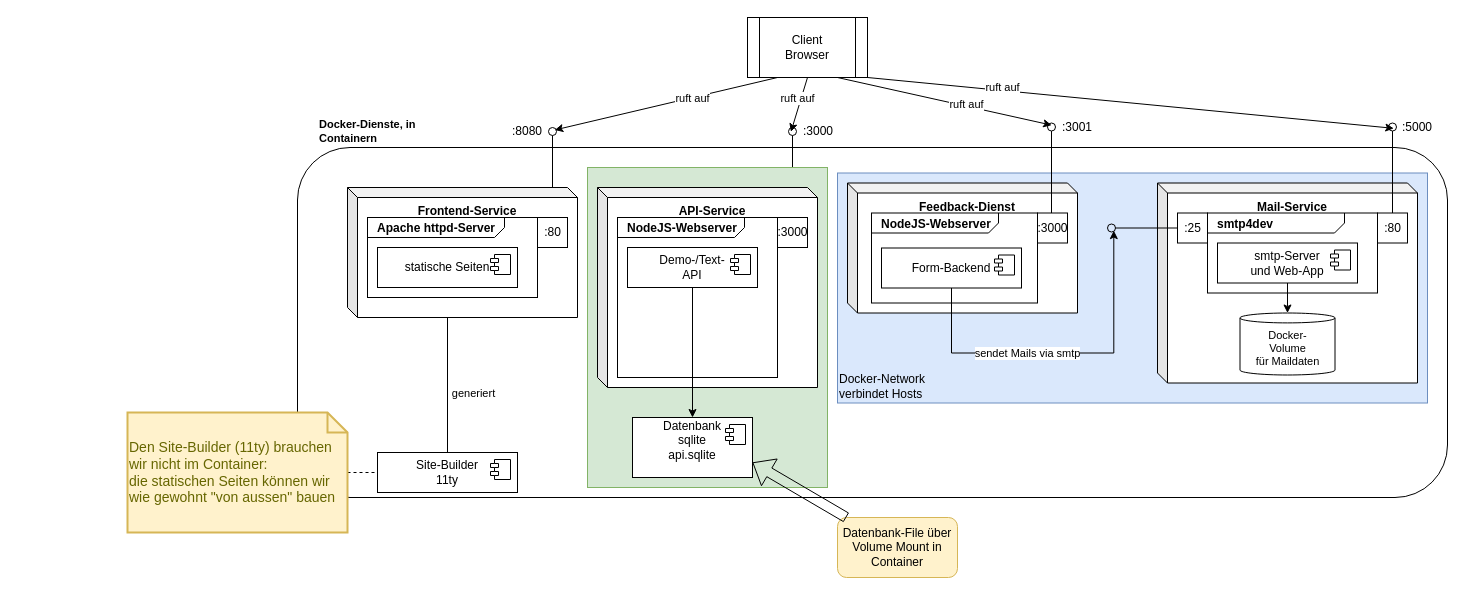
bylexus/m347-dienste-mit-containern-unterricht keeps this draw.io diagram as 007_db_backend/frontend_service_sqlite.drawio. Above is the earlier version. Source tidied: cells renumbered, new cells numbered last; positions are measured from the earlier drawing's top-left corner, leaving out a move shared by most shapes. Both pictures are drawn from the tidied source at 100%, with x=0, y=0 at pixel (127, 17).
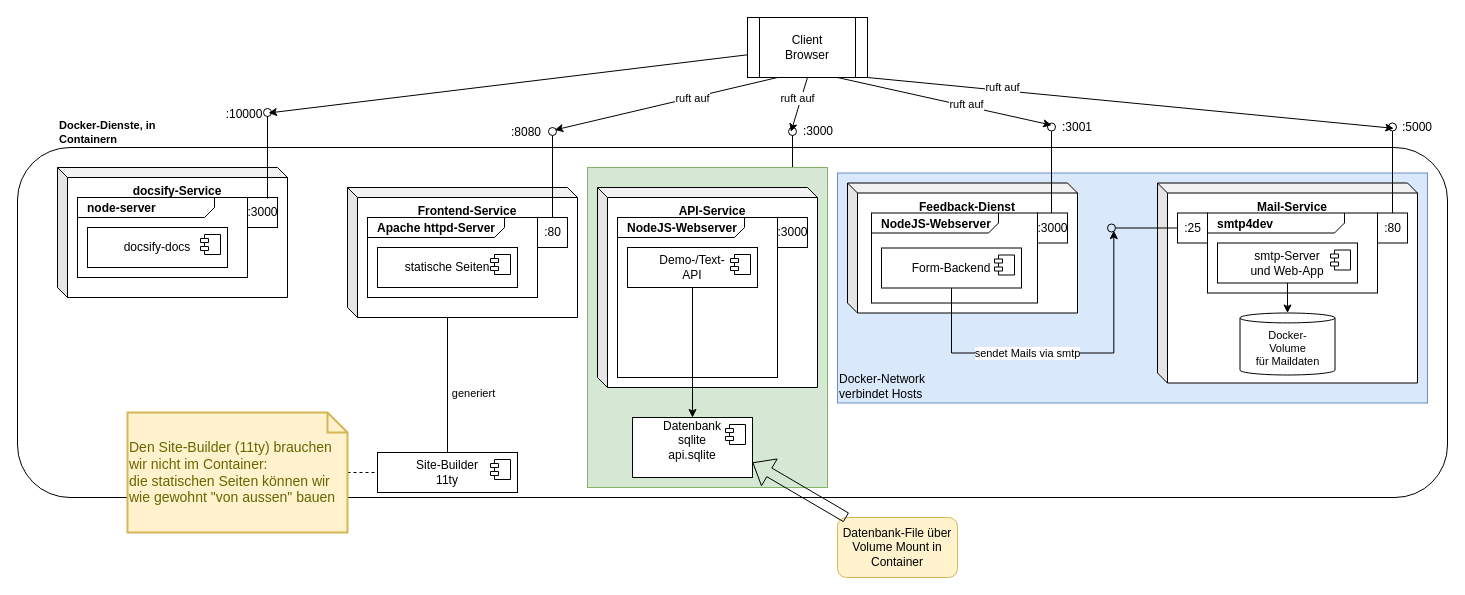
The same page after the edit.

Unchanged cells that the change refers to:
```xml
<mxCell id="3" value="Client&lt;div&gt;Browser&lt;/div&gt;" style="shape=process;whiteSpace=wrap;html=1;backgroundOutline=1;" parent="1" vertex="1">
  <mxGeometry x="620" width="120" height="60" as="geometry" />
</mxCell>
<mxCell id="9" style="ellipse;html=1;fontSize=11;align=center;fillColor=none;points=[];verticalAlign=bottom;labelPosition=center;verticalLabelPosition=top;flipH=1;" parent="1" vertex="1">
  <mxGeometry x="421" y="110" width="8" height="8" as="geometry" />
</mxCell>
```

The edit, as a diff of the source:
```diff
@@
     <mxCell id="2" style="rounded=1;whiteSpace=wrap;html=1;" parent="1" vertex="1">
-      <mxGeometry x="170" y="130" width="1150" height="350" as="geometry" />
+      <mxGeometry x="-110" y="130" width="1430" height="350" as="geometry" />
     </mxCell>
@@
-    <mxCell id="10" style="endArrow=none;html=1;rounded=0;align=center;verticalAlign=top;endFill=0;labelBackgroundColor=none;endSize=2;" parent="1" edge="1" source="29" target="9">
-      <mxGeometry relative="1" as="geometry" />
-    </mxCell>
@@
     <mxCell id="20" value=":8080" style="text;strokeColor=none;align=center;fillColor=none;html=1;verticalAlign=middle;whiteSpace=wrap;rounded=0;" parent="1" vertex="1">
-      <mxGeometry x="370" y="99" width="60" height="30" as="geometry" />
+      <mxGeometry x="369" y="100" width="60" height="30" as="geometry" />
     </mxCell>
@@
     <mxCell id="24" value="&lt;b&gt;Docker-Dienste, in Containern&lt;/b&gt;" style="text;strokeColor=none;align=left;fillColor=none;html=1;verticalAlign=middle;whiteSpace=wrap;rounded=0;fontFamily=Helvetica;fontSize=11;fontColor=default;labelBackgroundColor=default;" parent="1" vertex="1">
-      <mxGeometry x="190" y="99" width="110" height="30" as="geometry" />
+      <mxGeometry x="-70" y="100" width="110" height="30" as="geometry" />
     </mxCell>
-    <mxCell id="25" value="&lt;b&gt;Frontend-Service&lt;/b&gt;" style="shape=cube;whiteSpace=wrap;html=1;boundedLbl=1;backgroundOutline=1;darkOpacity=0.05;darkOpacity2=0.1;size=10;verticalAlign=top;" parent="1" vertex="1">
-      <mxGeometry x="220" y="170" width="230" height="130" as="geometry" />
-    </mxCell>
-    <mxCell id="26" value="&lt;p style=&quot;margin:0px;margin-top:4px;margin-left:10px;text-align:left;&quot;&gt;&lt;b&gt;Apache httpd-Server&lt;/b&gt;&lt;/p&gt;" style="html=1;shape=mxgraph.sysml.package;html=1;overflow=fill;whiteSpace=wrap;labelX=137;" parent="1" vertex="1">
-      <mxGeometry x="240" y="200" width="170" height="80" as="geometry" />
-    </mxCell>
-    <mxCell id="27" value="statische Seiten" style="html=1;whiteSpace=wrap;" parent="1" vertex="1">
-      <mxGeometry x="250" y="230" width="140" height="40" as="geometry" />
-    </mxCell>
-    <mxCell id="28" style="shape=module;jettyWidth=8;jettyHeight=4;" parent="27" vertex="1">
-      <mxGeometry x="1" width="20" height="20" relative="1" as="geometry">
-        <mxPoint x="-27" y="7" as="offset" />
-      </mxGeometry>
-    </mxCell>
-    <mxCell id="29" value=":80" style="html=1;rounded=0;" parent="1" vertex="1">
-      <mxGeometry x="410" y="200" width="30" height="30" as="geometry" />
-    </mxCell>
@@
+    <mxCell id="68" style="group;" parent="1" vertex="1">
+      <mxGeometry x="220" y="170" width="230" height="130" as="geometry" />
+    </mxCell>
+    <mxCell id="25" value="&lt;b&gt;Frontend-Service&lt;/b&gt;" style="shape=cube;whiteSpace=wrap;html=1;boundedLbl=1;backgroundOutline=1;darkOpacity=0.05;darkOpacity2=0.1;size=10;verticalAlign=top;" parent="68" vertex="1">
+      <mxGeometry width="230" height="130" as="geometry" />
+    </mxCell>
+    <mxCell id="26" value="&lt;p style=&quot;margin:0px;margin-top:4px;margin-left:10px;text-align:left;&quot;&gt;&lt;b&gt;Apache httpd-Server&lt;/b&gt;&lt;/p&gt;" style="html=1;shape=mxgraph.sysml.package;html=1;overflow=fill;whiteSpace=wrap;labelX=137;" parent="68" vertex="1">
+      <mxGeometry x="20" y="30" width="170" height="80" as="geometry" />
+    </mxCell>
+    <mxCell id="27" value="statische Seiten" style="html=1;whiteSpace=wrap;" parent="68" vertex="1">
+      <mxGeometry x="30" y="60" width="140" height="40" as="geometry" />
+    </mxCell>
+    <mxCell id="28" style="shape=module;jettyWidth=8;jettyHeight=4;" parent="27" vertex="1">
+      <mxGeometry x="1" width="20" height="20" relative="1" as="geometry">
+        <mxPoint x="-27" y="7" as="offset" />
+      </mxGeometry>
+    </mxCell>
+    <mxCell id="29" value=":80" style="html=1;rounded=0;" parent="68" vertex="1">
+      <mxGeometry x="190" y="30" width="30" height="30" as="geometry" />
+    </mxCell>
+    <mxCell id="10" style="endArrow=none;html=1;rounded=0;align=center;verticalAlign=top;endFill=0;labelBackgroundColor=none;endSize=2;" parent="1" edge="1" source="29" target="9">
+      <mxGeometry relative="1" as="geometry" />
+    </mxCell>
+    <mxCell id="69" style="group;" parent="1" vertex="1">
+      <mxGeometry x="-70" y="150" width="230" height="130" as="geometry" />
+    </mxCell>
+    <mxCell id="70" value="&lt;b&gt;docsify-Service&lt;/b&gt;" style="shape=cube;whiteSpace=wrap;html=1;boundedLbl=1;backgroundOutline=1;darkOpacity=0.05;darkOpacity2=0.1;size=10;verticalAlign=top;" parent="69" vertex="1">
+      <mxGeometry width="230" height="130" as="geometry" />
+    </mxCell>
+    <mxCell id="71" value="&lt;p style=&quot;margin:0px;margin-top:4px;margin-left:10px;text-align:left;&quot;&gt;&lt;b&gt;node-server&lt;/b&gt;&lt;/p&gt;" style="html=1;shape=mxgraph.sysml.package;html=1;overflow=fill;whiteSpace=wrap;labelX=137;" parent="69" vertex="1">
+      <mxGeometry x="20" y="30" width="170" height="80" as="geometry" />
+    </mxCell>
+    <mxCell id="72" value="docsify-docs" style="html=1;whiteSpace=wrap;" parent="69" vertex="1">
+      <mxGeometry x="30" y="60" width="140" height="40" as="geometry" />
+    </mxCell>
+    <mxCell id="73" style="shape=module;jettyWidth=8;jettyHeight=4;" parent="72" vertex="1">
+      <mxGeometry x="1" width="20" height="20" relative="1" as="geometry">
+        <mxPoint x="-27" y="7" as="offset" />
+      </mxGeometry>
+    </mxCell>
+    <mxCell id="74" value=":3000" style="html=1;rounded=0;" parent="69" vertex="1">
+      <mxGeometry x="190" y="30" width="30" height="30" as="geometry" />
+    </mxCell>
+    <mxCell id="75" style="endArrow=none;html=1;rounded=0;align=center;verticalAlign=top;endFill=0;labelBackgroundColor=none;endSize=2;" parent="1" edge="1">
+      <mxGeometry relative="1" as="geometry">
+        <mxPoint x="140" y="181" as="sourcePoint" />
+        <mxPoint x="140" y="99" as="targetPoint" />
+      </mxGeometry>
+    </mxCell>
+    <mxCell id="76" style="ellipse;html=1;fontSize=11;align=center;fillColor=none;points=[];verticalAlign=bottom;labelPosition=center;verticalLabelPosition=top;flipH=1;" parent="1" vertex="1">
+      <mxGeometry x="136" y="91" width="8" height="8" as="geometry" />
+    </mxCell>
+    <mxCell id="77" style="rounded=0;jettySize=auto;html=1;entryX=0.375;entryY=0.563;entryDx=0;entryDy=0;entryPerimeter=0;" parent="1" edge="1" source="3" target="76">
+      <mxGeometry relative="1" as="geometry" />
+    </mxCell>
+    <mxCell id="78" value=":10000" style="text;strokeColor=none;align=center;fillColor=none;html=1;verticalAlign=middle;whiteSpace=wrap;rounded=0;" parent="1" vertex="1">
+      <mxGeometry x="87" y="81.5" width="60" height="30" as="geometry" />
+    </mxCell>
```
